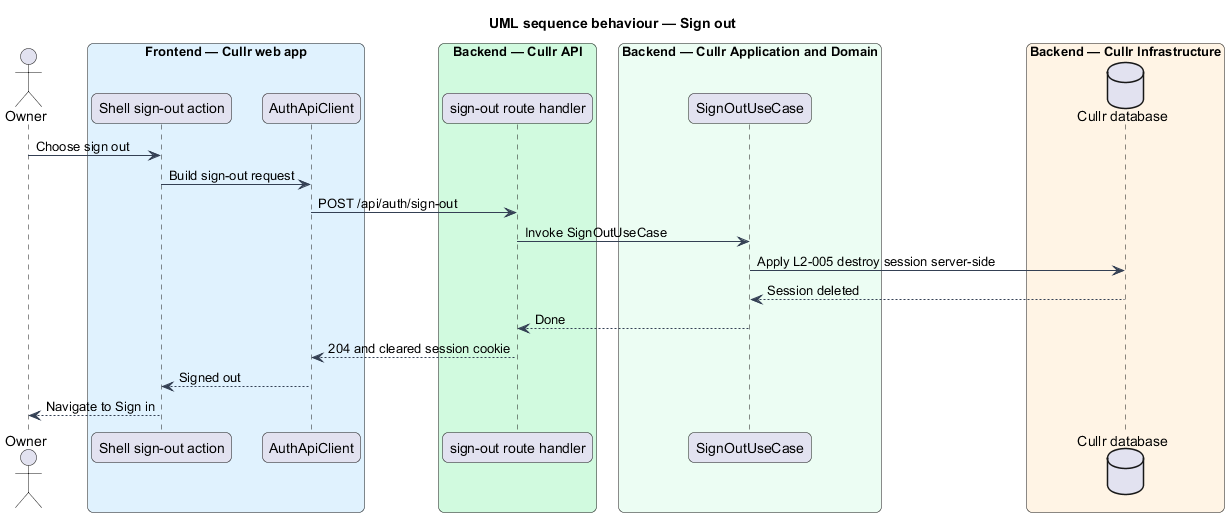
QuinntyneBrown/cullr keeps this PlantUML diagram as docs/detailed-designs/access/sign-out-and-session/diagrams/sequence-sign-out.png. Above is the earlier version.
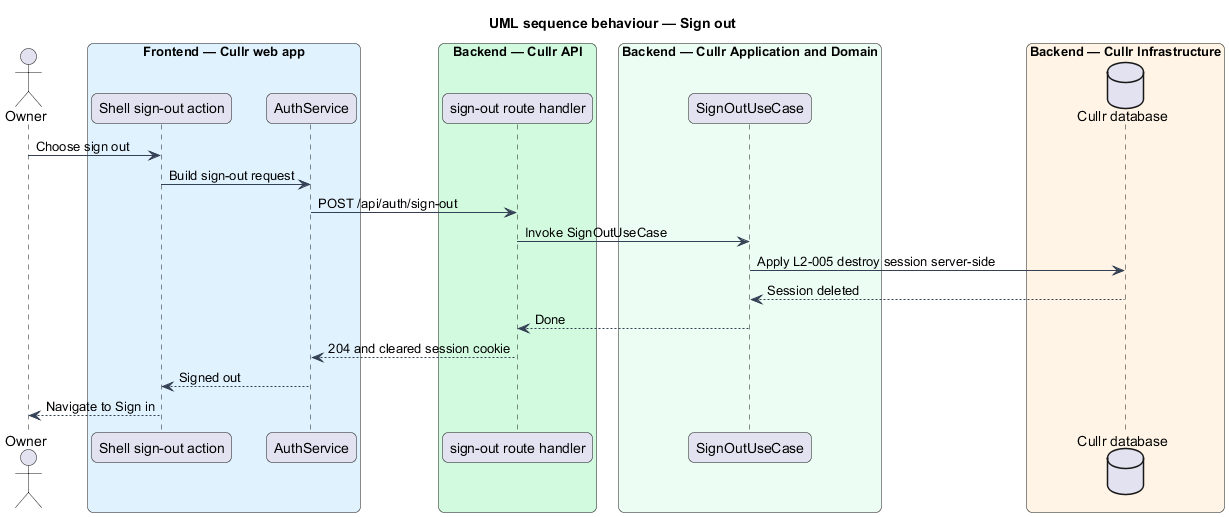
Above is the later version.

Diff of the diagram source:
```diff
@@ -17,7 +17,7 @@
 actor "Owner" as owner
 box "Frontend — Cullr web app" #E0F2FE
   participant "Shell sign-out action" as shell
-  participant "AuthApiClient" as client
+  participant "AuthService" as client
 end box
 box "Backend — Cullr API" #D1FADF
   participant "sign-out route handler" as route
```
